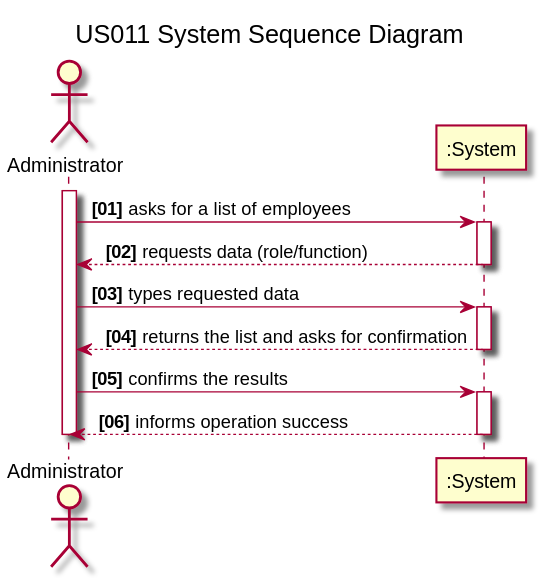
Above: docs/SprintB/US011/US011_SSD.svg in Pirussa/lei-22-s2-1da-g02 (PlantUML), before the change. Its diagram source:
```plantuml
@startuml

title US011 System Sequence Diagram
autonumber "<b> [00]"
actor "Administrator" as A

activate A
A -> ":System" : asks for a list of employees
activate ":System"
":System" --> A : requests data (role/function)
deactivate ":System"

A -> ":System" : types requested data
activate ":System"
":System" --> A : returns the list and asks for confirmation
deactivate ":System"

A -> ":System" : confirms the results
activate ":System"
":System" --> A : informs operation success
deactivate ":System"

deactivate A

@enduml
```
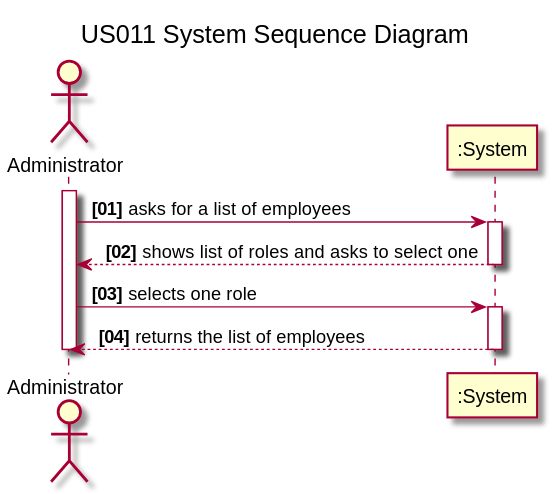
The same file after the commit.

Commit message:
US011 - General updates in some of the documentation and diagrams previously done, and "Design - User Story Realization" topic developments.

The edit, as a diff of the source:
```diff
@@ -7,17 +7,12 @@
 activate A
 A -> ":System" : asks for a list of employees
 activate ":System"
-":System" --> A : requests data (role/function)
+":System" --> A : shows list of roles and asks to select one
 deactivate ":System"
 
-A -> ":System" : types requested data
+A -> ":System" : selects one role
 activate ":System"
-":System" --> A : returns the list and asks for confirmation
-deactivate ":System"
-
-A -> ":System" : confirms the results
-activate ":System"
-":System" --> A : informs operation success
+":System" --> A : returns the list of employees
 deactivate ":System"
 
 deactivate A
```
